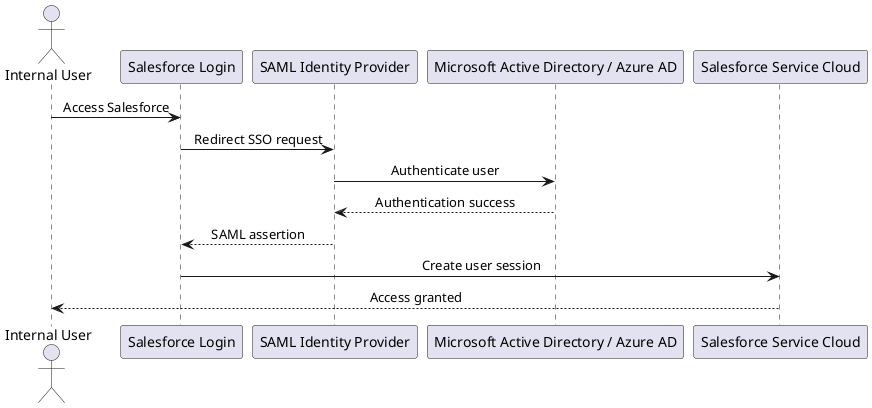
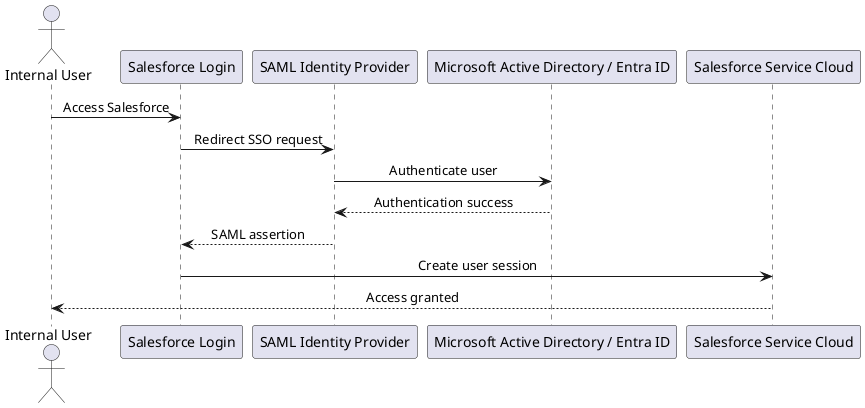
@startuml
skinparam sequenceMessageAlign center
actor "Internal User" as User
participant "Salesforce Login" as SFLogin
participant "SAML Identity Provider" as IdP
- participant "Microsoft Active Directory / Azure AD" as AD
+ participant "Microsoft Active Directory / Entra ID" as AD
participant "Salesforce Service Cloud" as SF

User -> SFLogin : Access Salesforce
SFLogin -> IdP : Redirect SSO request
IdP -> AD : Authenticate user
AD --> IdP : Authentication success
IdP --> SFLogin : SAML assertion
SFLogin -> SF : Create user session
SF --> User : Access granted

@enduml
